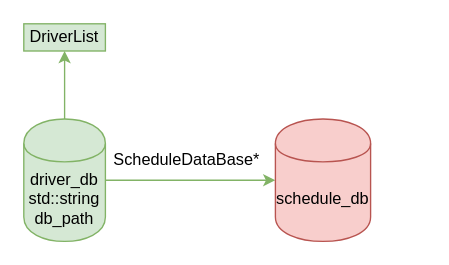
Earlier version of the draw.io diagram page "driver_db" (8 of 20) of CR/report/resources/overall_data_structure.drawio (kira607/labs_2sem). Source tidied: cells renumbered, new cells numbered last; positions are measured from the earlier drawing's top-left corner, leaving out a move shared by most shapes. Both pictures are drawn from the tidied source at 136%, with x=0, y=0 at pixel (23, 23).
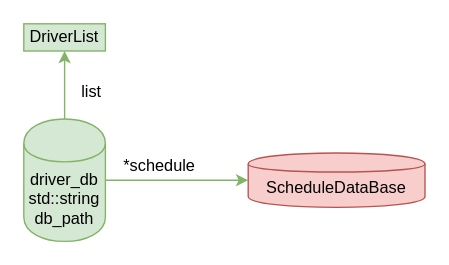
After the change.

Change to the diagram source:
```diff
@@
 <mxGraphModel>
   <root>
     <mxCell id="0" />
     <mxCell id="1" parent="0" />
     <mxCell id="2" style="edgeStyle=orthogonalEdgeStyle;rounded=0;jettySize=auto;html=1;entryX=0.5;entryY=1;entryDx=0;entryDy=0;fillColor=#d5e8d4;strokeColor=#82b366;" parent="1" edge="1" source="4" target="5">
       <mxGeometry relative="1" as="geometry" />
     </mxCell>
     <mxCell id="3" style="edgeStyle=orthogonalEdgeStyle;rounded=0;jettySize=auto;html=1;fillColor=#d5e8d4;strokeColor=#82b366;entryX=0;entryY=0.5;entryDx=0;entryDy=0;" parent="1" edge="1" source="4" target="7">
       <mxGeometry relative="1" as="geometry" />
     </mxCell>
     <mxCell id="4" value="driver_db&lt;br&gt;std::string db_path" style="shape=cylinder;whiteSpace=wrap;html=1;boundedLbl=1;backgroundOutline=1;fillColor=#d5e8d4;strokeColor=#82b366;" parent="1" vertex="1">
       <mxGeometry y="70" width="60" height="90" as="geometry" />
     </mxCell>
     <mxCell id="5" value="DriverList" style="text;html=1;strokeColor=#82b366;fillColor=#d5e8d4;align=center;verticalAlign=middle;whiteSpace=wrap;rounded=0;" parent="1" vertex="1">
       <mxGeometry width="60" height="20" as="geometry" />
     </mxCell>
-    <mxCell id="6" value="ScheduleDataBase*" style="text;html=1;strokeColor=none;fillColor=none;align=center;verticalAlign=middle;whiteSpace=wrap;rounded=0;" parent="1" vertex="1">
-      <mxGeometry x="60" y="90" width="120" height="20" as="geometry" />
+    <mxCell id="6" value="*schedule" style="text;html=1;strokeColor=none;fillColor=none;align=center;verticalAlign=middle;whiteSpace=wrap;rounded=0;" parent="1" vertex="1">
+      <mxGeometry x="75" y="95" width="50" height="20" as="geometry" />
     </mxCell>
-    <mxCell id="7" value="schedule_db" style="shape=cylinder;whiteSpace=wrap;html=1;boundedLbl=1;backgroundOutline=1;fillColor=#f8cecc;strokeColor=#b85450;" parent="1" vertex="1">
-      <mxGeometry x="185" y="70" width="70" height="90" as="geometry" />
+    <mxCell id="7" value="&lt;span&gt;ScheduleDataBase&lt;/span&gt;" style="shape=cylinder;whiteSpace=wrap;html=1;boundedLbl=1;backgroundOutline=1;fillColor=#f8cecc;strokeColor=#b85450;" parent="1" vertex="1">
+      <mxGeometry x="165" y="95" width="130" height="40" as="geometry" />
     </mxCell>
+    <mxCell id="8" value="list" style="text;html=1;strokeColor=none;fillColor=none;align=center;verticalAlign=middle;whiteSpace=wrap;rounded=0;" parent="1" vertex="1">
+      <mxGeometry x="35" y="40" width="30" height="20" as="geometry" />
+    </mxCell>
   </root>
 </mxGraphModel>
```
